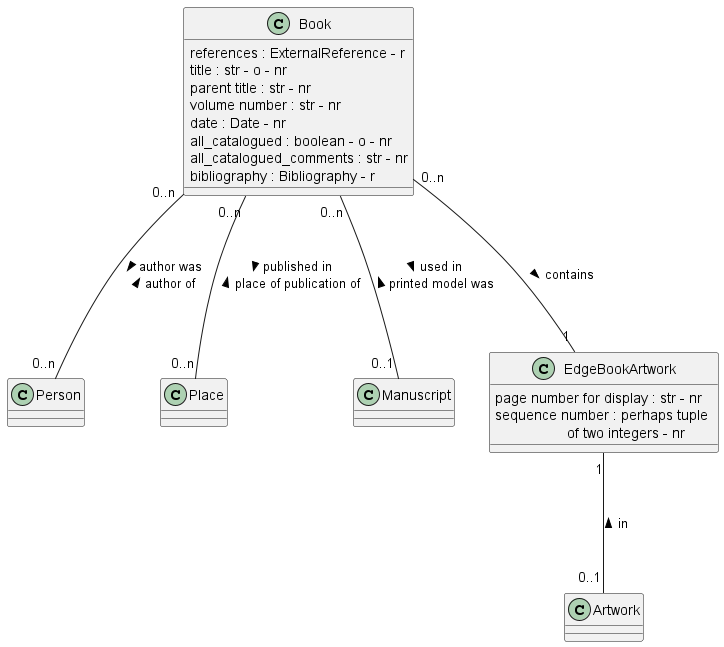
Above: documentation/class_diagrams/Book.png in tmasch/bpf_be (PlantUML), before the change.
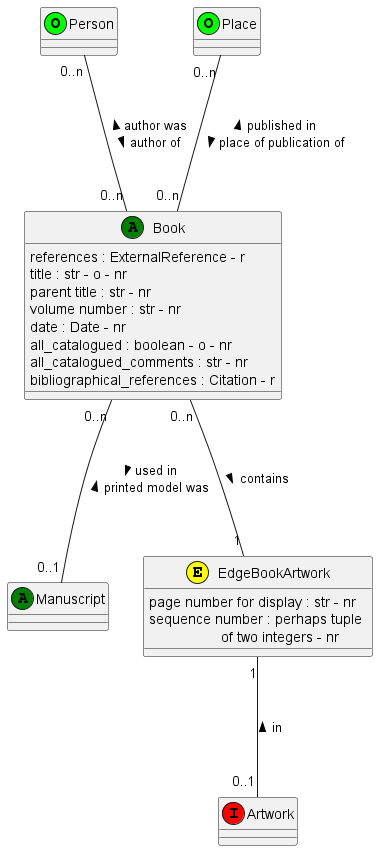
The same diagram one commit later.

Change to the diagram source:
```diff
@@ -1,5 +1,5 @@
 @startuml Book
-class Book
+class Book <<(A,Green)>>
 Book : references : ExternalReference - r
 Book : title : str - o - nr
 Book : parent title : str - nr
@@ -7,23 +7,23 @@
 Book : date : Date - nr
 Book : all_catalogued : boolean - o - nr
 Book : all_catalogued_comments : str - nr
-Book : bibliography : Bibliography - r
+Book : bibliographical_references : Citation - r
 
-class Person
+class Person <<(O,lime)>>
 
-class Place
+class Place <<(O,Lime)>>
 
-class Manuscript
+class Manuscript <<(A,Green)>>
 
-class EdgeBookArtwork
+class EdgeBookArtwork <<(E,Yellow)>>
 EdgeBookArtwork : page number for display : str - nr
 EdgeBookArtwork : sequence number : perhaps tuple \n                  of two integers - nr
 
-class Artwork
+class Artwork <<(I,Red)>>
 
-Book "0..n" --- "0..n" Place : > published in  \n place of publication of <
+Place "0..n" --- "0..n" Book : < published in  \n place of publication of >
 
-Book "0..n" --- "0..n" Person : > author was  \n author of <
+Person "0..n" --- "0..n" Book : < author was  \n author of >
 
 Book "0..n" --- "0..1" Manuscript : > used in  \n printed model was <
 
```
